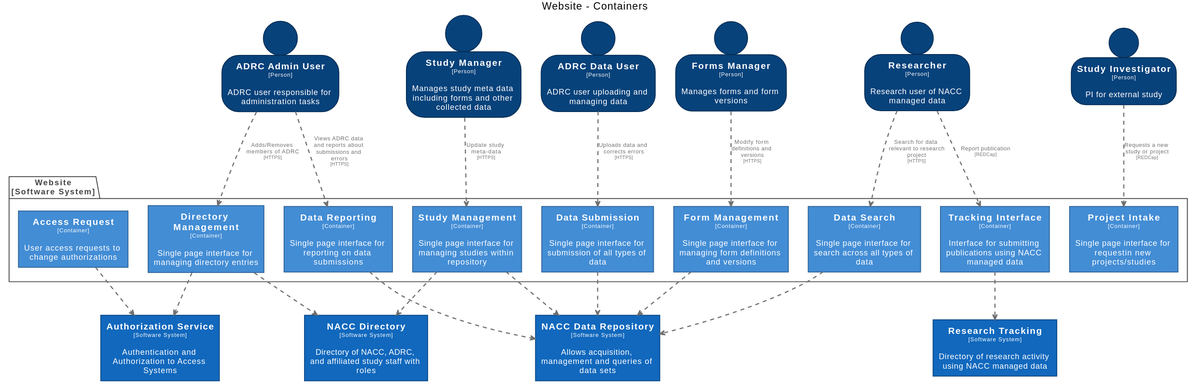
Before: docs/images/structurizr-WebsiteContainers.svg, a diagram exported from PlantUML (naccdata/system-design).
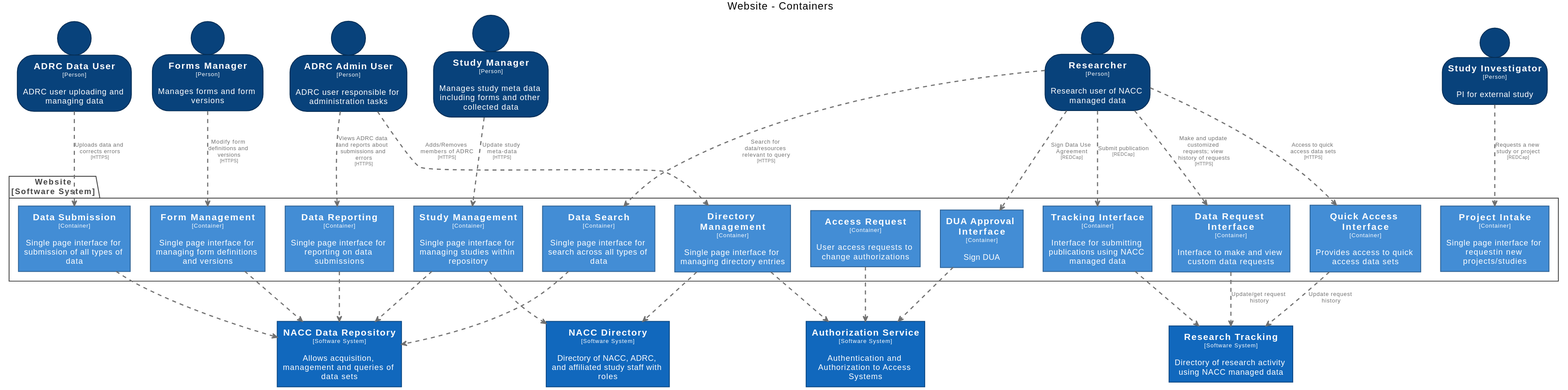
The same diagram one commit later.

What changed in the source:
```diff
@@ -33,7 +33,17 @@
   FontColor #ffffff
   BorderColor #0b4884
 }
+skinparam rectangle<<Website.DUAApprovalInterface>> {
+  BackgroundColor #438dd5
+  FontColor #ffffff
+  BorderColor #2e6295
+}
 skinparam rectangle<<Website.DataReporting>> {
+  BackgroundColor #438dd5
+  FontColor #ffffff
+  BorderColor #2e6295
+}
+skinparam rectangle<<Website.DataRequestInterface>> {
   BackgroundColor #438dd5
   FontColor #ffffff
   BorderColor #2e6295
@@ -78,6 +88,11 @@
   FontColor #ffffff
   BorderColor #2e6295
 }
+skinparam rectangle<<Website.QuickAccessInterface>> {
+  BackgroundColor #438dd5
+  FontColor #ffffff
+  BorderColor #2e6295
+}
 skinparam rectangle<<ResearchTracking>> {
   BackgroundColor #1168bd
   FontColor #ffffff
@@ -109,11 +124,11 @@
   BorderColor #2e6295
 }
 
-person "==Study Manager\n<size:10>[Person]</size>\n\nManages study meta data including forms and other collected data" <<StudyManager>> as StudyManager
-person "==ADRC Data User\n<size:10>[Person]</size>\n\nADRC user uploading and managing data" <<ADRCDataUser>> as ADRCDataUser
 rectangle "==NACC Directory\n<size:10>[Software System]</size>\n\nDirectory of NACC, ADRC, and affiliated study staff with roles" <<NACCDirectory>> as NACCDirectory
 rectangle "==Authorization Service\n<size:10>[Software System]</size>\n\nAuthentication and Authorization to Access Systems" <<AuthorizationService>> as AuthorizationService
 rectangle "==NACC Data Repository\n<size:10>[Software System]</size>\n\nAllows acquisition, management and queries of data sets" <<NACCDataRepository>> as NACCDataRepository
+person "==Study Manager\n<size:10>[Person]</size>\n\nManages study meta data including forms and other collected data" <<StudyManager>> as StudyManager
+person "==ADRC Data User\n<size:10>[Person]</size>\n\nADRC user uploading and managing data" <<ADRCDataUser>> as ADRCDataUser
 person "==Forms Manager\n<size:10>[Person]</size>\n\nManages forms and form versions" <<FormsManager>> as FormsManager
 person "==ADRC Admin User\n<size:10>[Person]</size>\n\nADRC user responsible for administration tasks" <<ADRCAdminUser>> as ADRCAdminUser
 person "==Researcher\n<size:10>[Person]</size>\n\nResearch user of NACC managed data" <<Researcher>> as Researcher
@@ -133,8 +148,14 @@
   rectangle "==Form Management\n<size:10>[Container]</size>\n\nSingle page interface for managing form definitions and versions" <<Website.FormManagement>> as Website.FormManagement
   rectangle "==Project Intake\n<size:10>[Container]</size>\n\nSingle page interface for requestin new projects/studies" <<Website.ProjectIntake>> as Website.ProjectIntake
   rectangle "==Tracking Interface\n<size:10>[Container]</size>\n\nInterface for submitting publications using NACC managed data" <<Website.TrackingInterface>> as Website.TrackingInterface
+  rectangle "==DUA Approval Interface\n<size:10>[Container]</size>\n\nSign DUA" <<Website.DUAApprovalInterface>> as Website.DUAApprovalInterface
+  rectangle "==Data Request Interface\n<size:10>[Container]</size>\n\nInterface to make and view custom data requests" <<Website.DataRequestInterface>> as Website.DataRequestInterface
+  rectangle "==Quick Access Interface\n<size:10>[Container]</size>\n\nProvides access to quick access data sets" <<Website.QuickAccessInterface>> as Website.QuickAccessInterface
 }
 
+Researcher .[#707070,thickness=2].> Website.DUAApprovalInterface : "<color:#707070>Sign Data Use Agreement\n<color:#707070><size:8>[REDCap]</size>"
+Researcher .[#707070,thickness=2].> Website.DataRequestInterface : "<color:#707070>Make and update customized requests; view history of requests\n<color:#707070><size:8>[HTTPS]</size>"
+Researcher .[#707070,thickness=2].> Website.QuickAccessInterface : "<color:#707070>Access to quick access data sets\n<color:#707070><size:8>[HTTPS]</size>"
 Website.AccessRequest .[#707070,thickness=2].> AuthorizationService : "<color:#707070>"
 Website.DirectoryManagement .[#707070,thickness=2].> NACCDirectory : "<color:#707070>"
 Website.DirectoryManagement .[#707070,thickness=2].> AuthorizationService : "<color:#707070>"
@@ -145,12 +166,15 @@
 Website.StudyManagement .[#707070,thickness=2].> NACCDataRepository : "<color:#707070>"
 Website.FormManagement .[#707070,thickness=2].> NACCDataRepository : "<color:#707070>"
 Website.TrackingInterface .[#707070,thickness=2].> ResearchTracking : "<color:#707070>"
+Website.DUAApprovalInterface .[#707070,thickness=2].> AuthorizationService : "<color:#707070>"
+Website.DataRequestInterface .[#707070,thickness=2].> ResearchTracking : "<color:#707070>Update/get request history"
+Website.QuickAccessInterface .[#707070,thickness=2].> ResearchTracking : "<color:#707070>Update request history"
 ADRCDataUser .[#707070,thickness=2].> Website.DataSubmission : "<color:#707070>Uploads data and corrects errors\n<color:#707070><size:8>[HTTPS]</size>"
 ADRCAdminUser .[#707070,thickness=2].> Website.DirectoryManagement : "<color:#707070>Adds/Removes members of ADRC\n<color:#707070><size:8>[HTTPS]</size>"
 ADRCAdminUser .[#707070,thickness=2].> Website.DataReporting : "<color:#707070>Views ADRC data and reports about submissions and errors\n<color:#707070><size:8>[HTTPS]</size>"
 StudyInvestigator .[#707070,thickness=2].> Website.ProjectIntake : "<color:#707070>Requests a new study or project\n<color:#707070><size:8>[REDCap]</size>"
 StudyManager .[#707070,thickness=2].> Website.StudyManagement : "<color:#707070>Update study meta-data\n<color:#707070><size:8>[HTTPS]</size>"
 FormsManager .[#707070,thickness=2].> Website.FormManagement : "<color:#707070>Modify form definitions and versions\n<color:#707070><size:8>[HTTPS]</size>"
-Researcher .[#707070,thickness=2].> Website.DataSearch : "<color:#707070>Search for data relevant to research project\n<color:#707070><size:8>[HTTPS]</size>"
-Researcher .[#707070,thickness=2].> Website.TrackingInterface : "<color:#707070>Report publication\n<color:#707070><size:8>[REDCap]</size>"
+Researcher .[#707070,thickness=2].> Website.DataSearch : "<color:#707070>Search for data/resources relevant to query\n<color:#707070><size:8>[HTTPS]</size>"
+Researcher .[#707070,thickness=2].> Website.TrackingInterface : "<color:#707070>Submit publication\n<color:#707070><size:8>[REDCap]</size>"
 @enduml
```
